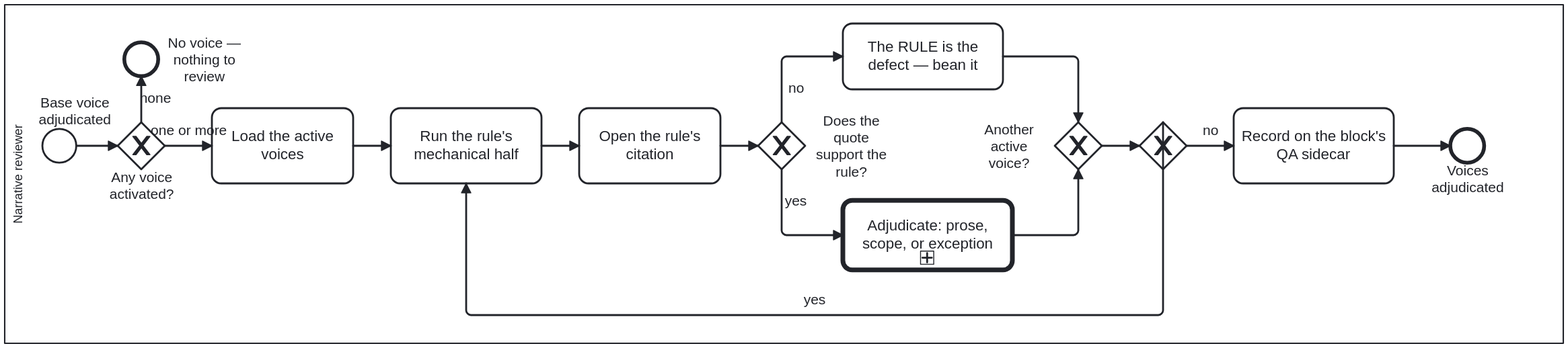
Above: docs/assets/img/workflows/voice-review.svg in litlfred/cat-harness (BPMN), before the change. Its source is kept beside it as processes/content/voice-review.bpmn. Ids are renumbered.
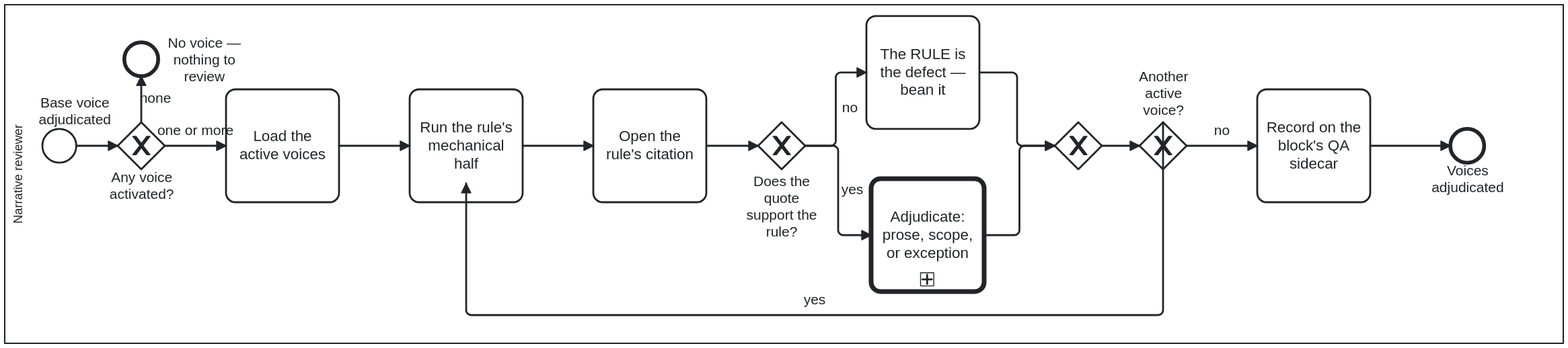
Later version of the same file.

Diff of the diagram source:
```diff
@@ -142,8 +142,8 @@
       </bpmndi:BPMNShape>
       <bpmndi:BPMNShape id="S_Start_BaseVoiceDone" bpmnElement="Start_BaseVoiceDone">
         <dc:Bounds x="200" y="212" width="36" height="36" />
-        <bpmndi:BPMNLabel><dc:Bounds x="189.5" y="175.5" width="90" height="36" /></bpmndi:BPMNLabel>
-      </bpmndi:BPMNShape>
+
+      <bpmndi:BPMNLabel><dc:Bounds x="189.5" y="175.5" width="90" height="36" /></bpmndi:BPMNLabel></bpmndi:BPMNShape>
       <bpmndi:BPMNShape id="S_GW_AnyActive" bpmnElement="GW_AnyActive" isMarkerVisible="true">
         <dc:Bounds x="280" y="205" width="50" height="50" />
       </bpmndi:BPMNShape>
@@ -152,26 +152,26 @@
 
       <bpmndi:BPMNLabel><dc:Bounds x="327" y="111.5" width="90" height="53" /></bpmndi:BPMNLabel></bpmndi:BPMNShape>
       <bpmndi:BPMNShape id="S_Task_LoadActive" bpmnElement="Task_LoadActive">
-        <dc:Bounds x="380" y="190" width="150" height="80" />
+        <dc:Bounds x="395" y="170" width="120" height="120" />
       </bpmndi:BPMNShape>
       <bpmndi:BPMNShape id="S_Task_MechanicalHalf" bpmnElement="Task_MechanicalHalf">
-        <dc:Bounds x="570" y="190" width="160" height="80" />
+        <dc:Bounds x="590" y="170" width="120" height="120" />
       </bpmndi:BPMNShape>
       <bpmndi:BPMNShape id="S_Task_OpenCitation" bpmnElement="Task_OpenCitation">
-        <dc:Bounds x="770" y="190" width="150" height="80" />
+        <dc:Bounds x="785" y="170" width="120" height="120" />
       </bpmndi:BPMNShape>
       <bpmndi:BPMNShape id="S_GW_QuoteSupports" bpmnElement="GW_QuoteSupports" isMarkerVisible="true">
         <dc:Bounds x="960" y="205" width="50" height="50" />
 
-      <bpmndi:BPMNLabel><dc:Bounds x="1014" y="194.5" width="90" height="71" /></bpmndi:BPMNLabel></bpmndi:BPMNShape>
+      <bpmndi:BPMNLabel><dc:Bounds x="940" y="259" width="90" height="71" /></bpmndi:BPMNLabel></bpmndi:BPMNShape>
       <bpmndi:BPMNShape id="S_Task_RuleIsWrong" bpmnElement="Task_RuleIsWrong">
-        <dc:Bounds x="1050" y="100" width="170" height="70" />
+        <dc:Bounds x="1075" y="92" width="120" height="120" />
       </bpmndi:BPMNShape>
       <bpmndi:BPMNShape id="S_Task_Adjudicate" bpmnElement="Task_Adjudicate">
-        <dc:Bounds x="1050" y="288" width="180" height="74" />
+        <dc:Bounds x="1080" y="265" width="120" height="120" />
       </bpmndi:BPMNShape>
       <bpmndi:BPMNShape id="Shape_GW_MoreVoices_Join" bpmnElement="GW_MoreVoices_Join" isMarkerVisible="true">
-        <dc:Bounds x="1275" y="205" width="50" height="50"/>
+        <dc:Bounds x="1275" y="205" width="50" height="50" />
       </bpmndi:BPMNShape>
       <bpmndi:BPMNEdge id="Edge_Flow_GW_MoreVoices_Join" bpmnElement="Flow_GW_MoreVoices_Join">
         <di:waypoint x="1325" y="230"/>
@@ -180,9 +180,9 @@
       <bpmndi:BPMNShape id="S_GW_MoreVoices" bpmnElement="GW_MoreVoices" isMarkerVisible="true">
         <dc:Bounds x="1365" y="205" width="50" height="50" />
 
-      <bpmndi:BPMNLabel><dc:Bounds x="1181" y="203.5" width="90" height="53" /></bpmndi:BPMNLabel></bpmndi:BPMNShape>
+      <bpmndi:BPMNLabel><dc:Bounds x="1345" y="148" width="90" height="53" /></bpmndi:BPMNLabel></bpmndi:BPMNShape>
       <bpmndi:BPMNShape id="S_Task_RecordOnSidecar" bpmnElement="Task_RecordOnSidecar">
-        <dc:Bounds x="1465" y="190" width="170" height="80" />
+        <dc:Bounds x="1490" y="170" width="120" height="120" />
       </bpmndi:BPMNShape>
       <bpmndi:BPMNShape id="S_End_VoiceReviewed" bpmnElement="End_VoiceReviewed">
         <dc:Bounds x="1695" y="212" width="36" height="36" />
@@ -194,34 +194,44 @@
         <di:waypoint x="305" y="205"/><di:waypoint x="305" y="156"/>
       </bpmndi:BPMNEdge>
       <bpmndi:BPMNEdge id="E_F_V3" bpmnElement="F_V3">
-        <di:waypoint x="330" y="230"/><di:waypoint x="380" y="230"/>
+        <di:waypoint x="330" y="230" />
+        <di:waypoint x="395" y="230" />
       </bpmndi:BPMNEdge>
       <bpmndi:BPMNEdge id="E_F_V4" bpmnElement="F_V4">
-        <di:waypoint x="530" y="230"/><di:waypoint x="570" y="230"/>
+        <di:waypoint x="515" y="230" />
+        <di:waypoint x="590" y="230" />
       </bpmndi:BPMNEdge>
       <bpmndi:BPMNEdge id="E_F_V5" bpmnElement="F_V5">
-        <di:waypoint x="730" y="230"/><di:waypoint x="770" y="230"/>
+        <di:waypoint x="710" y="230" />
+        <di:waypoint x="785" y="230" />
       </bpmndi:BPMNEdge>
       <bpmndi:BPMNEdge id="E_F_V6" bpmnElement="F_V6">
-        <di:waypoint x="920" y="230"/><di:waypoint x="960" y="230"/>
+        <di:waypoint x="905" y="230" />
+        <di:waypoint x="960" y="230" />
       </bpmndi:BPMNEdge>
       <bpmndi:BPMNEdge id="E_F_V7" bpmnElement="F_V7">
-        <di:waypoint x="985" y="205"/><di:waypoint x="985" y="135"/><di:waypoint x="1050" y="135"/>
+        <di:waypoint x="1010" y="230" />
+        <di:waypoint x="1042.5" y="230" />
+        <di:waypoint x="1042.5" y="152" />
+        <di:waypoint x="1075" y="152" />
       </bpmndi:BPMNEdge>
       <bpmndi:BPMNEdge id="E_F_V8" bpmnElement="F_V8">
-        <di:waypoint x="985" y="255" />
-        <di:waypoint x="985" y="325" />
-        <di:waypoint x="1050" y="325" />
+        <di:waypoint x="1010" y="230" />
+        <di:waypoint x="1045" y="230" />
+        <di:waypoint x="1045" y="325" />
+        <di:waypoint x="1080" y="325" />
       </bpmndi:BPMNEdge>
       <bpmndi:BPMNEdge id="E_F_V9" bpmnElement="F_V9">
-        <di:waypoint x="1220" y="135" />
-        <di:waypoint x="1300" y="135" />
-        <di:waypoint x="1300" y="205" />
+        <di:waypoint x="1195" y="152" />
+        <di:waypoint x="1235" y="152" />
+        <di:waypoint x="1235" y="230" />
+        <di:waypoint x="1275" y="230" />
       </bpmndi:BPMNEdge>
       <bpmndi:BPMNEdge id="E_F_V10" bpmnElement="F_V10">
-        <di:waypoint x="1230" y="325" />
-        <di:waypoint x="1300" y="325" />
-        <di:waypoint x="1300" y="255" />
+        <di:waypoint x="1200" y="325" />
+        <di:waypoint x="1237.5" y="325" />
+        <di:waypoint x="1237.5" y="230" />
+        <di:waypoint x="1275" y="230" />
       </bpmndi:BPMNEdge>
       <bpmndi:BPMNEdge id="E_F_V11" bpmnElement="F_V11">
         <di:waypoint x="1390" y="205" />
@@ -231,10 +241,10 @@
       </bpmndi:BPMNEdge>
       <bpmndi:BPMNEdge id="E_F_V12" bpmnElement="F_V12">
         <di:waypoint x="1415" y="230" />
-        <di:waypoint x="1465" y="230" />
+        <di:waypoint x="1490" y="230" />
       </bpmndi:BPMNEdge>
       <bpmndi:BPMNEdge id="E_F_V13" bpmnElement="F_V13">
-        <di:waypoint x="1635" y="230" />
+        <di:waypoint x="1610" y="230" />
         <di:waypoint x="1695" y="230" />
       </bpmndi:BPMNEdge>
     </bpmndi:BPMNPlane>
```
